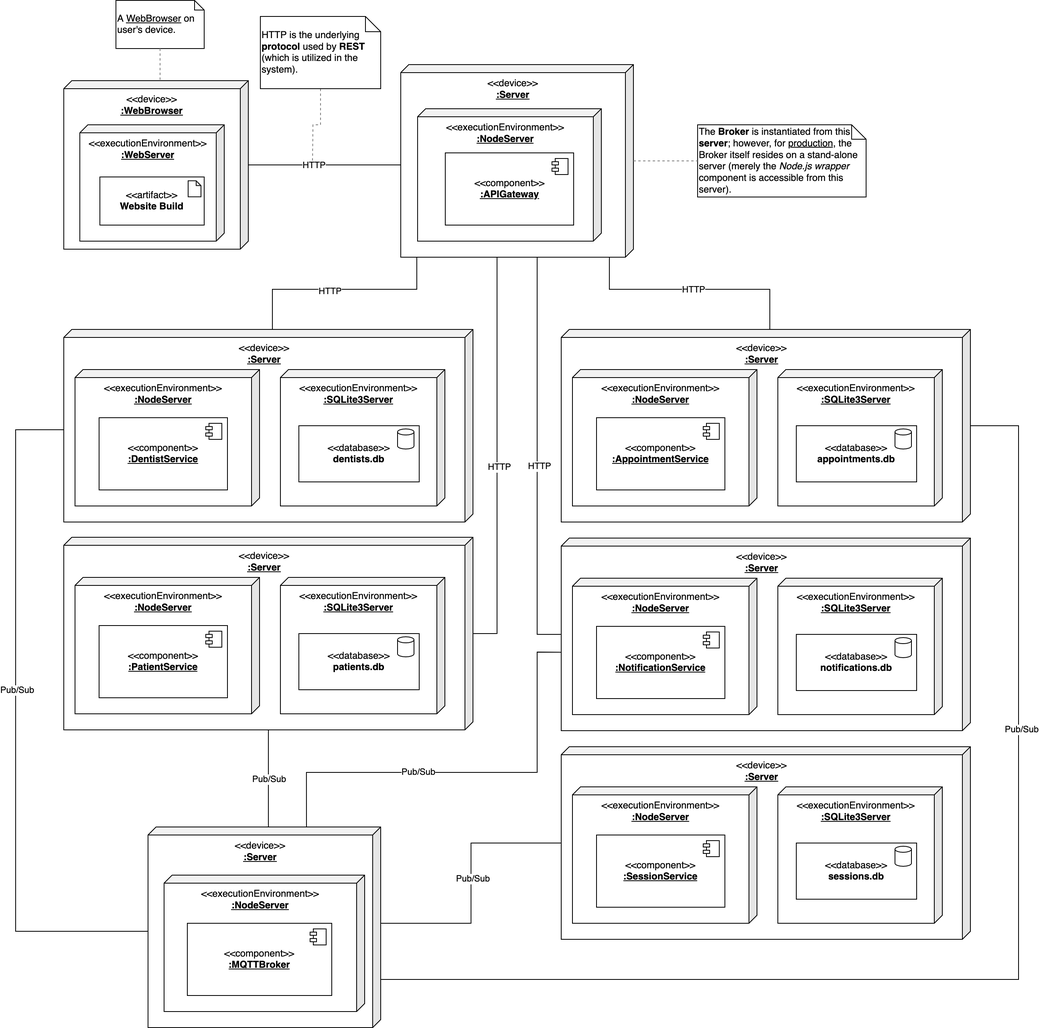
The draw.io diagram docs/assets/DeploymentDiagram.png in michalspano/AppointDent, before a commit. Source tidied: cells renumbered, new cells last; positions are measured from the earlier drawing's top-left corner, leaving out a move shared by most shapes.
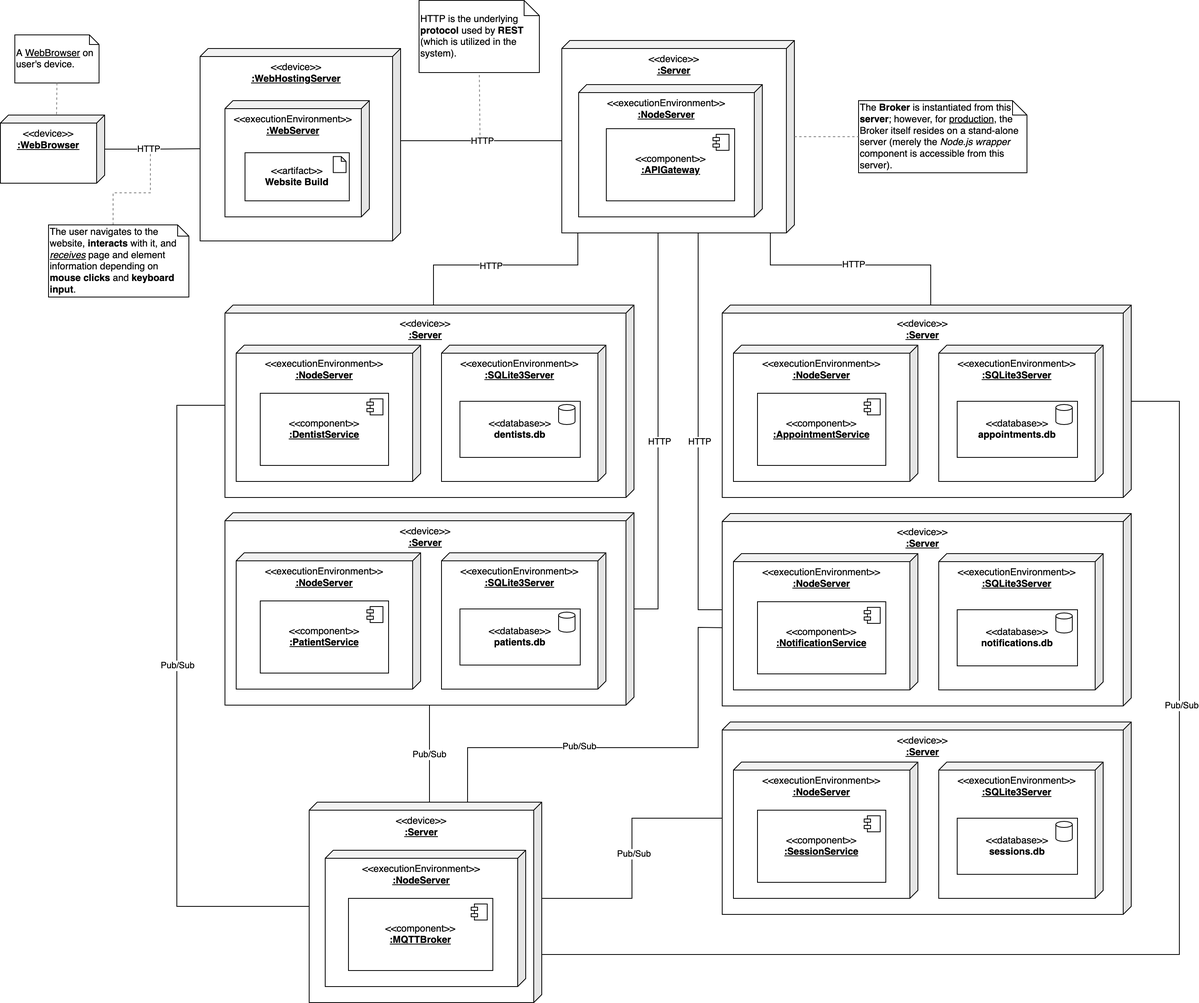
The same diagram one commit later.

Commit message:
#40 Update DeploymentDiagram (WebServer)

Diff of the diagram source:
```diff
@@ -37,23 +37,11 @@
       </mxGeometry>
     </mxCell>
     <mxCell id="12" style="group;fontFamily=Helvetica;" parent="1" vertex="1">
-      <mxGeometry x="60" y="100" width="230" height="210" as="geometry" />
+      <mxGeometry x="-220" y="173" width="130" height="85" as="geometry" />
     </mxCell>
     <mxCell id="13" value="&lt;div&gt;&amp;lt;&amp;lt;device&amp;gt;&amp;gt;&lt;/div&gt;&lt;div&gt;&lt;b&gt;&lt;u&gt;:WebBrowser&lt;/u&gt;&lt;/b&gt;&lt;br&gt;&lt;/div&gt;" style="shape=cube;whiteSpace=wrap;html=1;boundedLbl=1;backgroundOutline=1;darkOpacity=0.05;darkOpacity2=0.1;size=10;direction=east;rotation=0;flipV=0;flipH=1;verticalAlign=top;fontFamily=Helvetica;" parent="12" vertex="1">
-      <mxGeometry width="230" height="210" as="geometry" />
+      <mxGeometry width="130" height="85" as="geometry" />
     </mxCell>
-    <mxCell id="14" value="&lt;div&gt;&amp;lt;&amp;lt;executionEnvironment&amp;gt;&amp;gt;&lt;/div&gt;&lt;div&gt;&lt;b&gt;&lt;u&gt;:WebServer&lt;/u&gt;&lt;/b&gt;&lt;br&gt;&lt;/div&gt;" style="shape=cube;whiteSpace=wrap;html=1;boundedLbl=1;backgroundOutline=1;darkOpacity=0.05;darkOpacity2=0.1;size=10;direction=east;rotation=0;flipV=0;flipH=1;verticalAlign=top;fontFamily=Helvetica;" parent="12" vertex="1">
-      <mxGeometry x="20" y="55" width="180" height="145" as="geometry" />
-    </mxCell>
-    <mxCell id="15" style="group;fontFamily=Helvetica;" parent="12" vertex="1">
-      <mxGeometry x="45" y="120" width="130" height="60" as="geometry" />
-    </mxCell>
-    <mxCell id="16" value="&amp;lt;&amp;lt;artifact&amp;gt;&amp;gt;&lt;br&gt;&lt;b&gt;Website Build&lt;/b&gt;&lt;br&gt;&lt;b&gt;&lt;/b&gt;" style="html=1;align=center;verticalAlign=middle;dashed=0;whiteSpace=wrap;fontFamily=Helvetica;" parent="15" vertex="1">
-      <mxGeometry width="130" height="60" as="geometry" />
-    </mxCell>
-    <mxCell id="17" style="shape=note;whiteSpace=wrap;html=1;backgroundOutline=1;darkOpacity=0.05;size=6;fontFamily=Helvetica;" parent="15" vertex="1">
-      <mxGeometry x="110" y="4.8" width="16" height="20" as="geometry" />
-    </mxCell>
     <mxCell id="18" value="The &lt;b&gt;Broker&lt;/b&gt; is instantiated from this &lt;b&gt;server&lt;/b&gt;; however, for &lt;u&gt;production&lt;/u&gt;, the Broker itself resides on a stand-alone server (merely the &lt;i&gt;Node.js wrapper&lt;/i&gt; component is accessible from this server)." style="shape=note2;boundedLbl=1;whiteSpace=wrap;html=1;size=18;verticalAlign=middle;align=left;fontFamily=Helvetica;" parent="1" vertex="1">
       <mxGeometry x="850" y="155" width="210" height="90" as="geometry" />
     </mxCell>
@@ -202,12 +190,12 @@
     <mxCell id="63" style="shape=cylinder3;whiteSpace=wrap;html=1;boundedLbl=1;backgroundOutline=1;size=3.7777777777778283;fontFamily=Helvetica;" parent="61" vertex="1">
       <mxGeometry x="123" y="4" width="20.5" height="25" as="geometry" />
     </mxCell>
-    <mxCell id="64" style="edgeStyle=orthogonalEdgeStyle;rounded=0;jettySize=auto;html=1;entryX=0;entryY=0;entryDx=290;entryDy=125;entryPerimeter=0;endArrow=none;endFill=0;fontFamily=Helvetica;" parent="1" edge="1" source="13" target="8">
+    <mxCell id="64" style="edgeStyle=orthogonalEdgeStyle;rounded=0;jettySize=auto;html=1;entryX=0;entryY=0;entryDx=290;entryDy=125;entryPerimeter=0;endArrow=none;endFill=0;fontFamily=Helvetica;exitX=0;exitY=0;exitDx=0;exitDy=115;exitPerimeter=0;" parent="1" edge="1" source="92" target="8">
       <mxGeometry relative="1" as="geometry" />
     </mxCell>
     <mxCell id="65" value="HTTP" style="edgeLabel;html=1;align=center;verticalAlign=middle;fontFamily=Helvetica;" parent="64" vertex="1">
       <mxGeometry x="-0.14" y="3" relative="1" as="geometry">
-        <mxPoint y="3" as="offset" />
+        <mxPoint x="16" y="4" as="offset" />
       </mxGeometry>
     </mxCell>
     <mxCell id="66" style="edgeStyle=orthogonalEdgeStyle;rounded=0;jettySize=auto;html=1;entryX=0;entryY=0;entryDx=10;entryDy=240;entryPerimeter=0;endArrow=none;endFill=0;fontFamily=Helvetica;" parent="1" edge="1" source="47" target="8">
@@ -319,19 +307,72 @@
     <mxCell id="84" style="edgeStyle=orthogonalEdgeStyle;rounded=0;jettySize=auto;html=1;entryX=0;entryY=0.5;entryDx=0;entryDy=0;entryPerimeter=0;endArrow=none;endFill=0;dashed=1;strokeColor=#808080;fontFamily=Helvetica;" parent="1" edge="1" source="8" target="18">
       <mxGeometry relative="1" as="geometry" />
     </mxCell>
-    <mxCell id="85" style="edgeStyle=orthogonalEdgeStyle;rounded=0;jettySize=auto;html=1;endArrow=none;endFill=0;dashed=1;strokeColor=#808080;" parent="1" edge="1" source="86">
+    <mxCell id="85" style="edgeStyle=orthogonalEdgeStyle;rounded=0;orthogonalLoop=1;jettySize=auto;html=1;endArrow=none;endFill=0;dashed=1;strokeColor=#808080;exitX=0.5;exitY=1;exitDx=0;exitDy=0;exitPerimeter=0;" parent="1" edge="1">
       <mxGeometry relative="1" as="geometry">
-        <mxPoint x="370" y="200" as="targetPoint" />
+        <mxPoint x="377" y="105" as="sourcePoint" />
+        <mxPoint x="378" y="200" as="targetPoint" />
+        <Array as="points">
+          <mxPoint x="377" y="111" />
+          <mxPoint x="378" y="111" />
+        </Array>
       </mxGeometry>
     </mxCell>
     <mxCell id="86" value="HTTP is the underlying &lt;b&gt;protocol &lt;/b&gt;used by &lt;b&gt;REST&lt;/b&gt; (which is utilized in the system)." style="shape=note2;boundedLbl=1;whiteSpace=wrap;html=1;size=19;verticalAlign=middle;align=left;fontFamily=Helvetica;" parent="1" vertex="1">
-      <mxGeometry x="305" y="20" width="150" height="90" as="geometry" />
+      <mxGeometry x="302" y="30" width="150" height="90" as="geometry" />
     </mxCell>
     <mxCell id="87" value="A &lt;u&gt;WebBrowser&lt;/u&gt; on user's device." style="shape=note2;boundedLbl=1;whiteSpace=wrap;html=1;size=12;verticalAlign=middle;align=left;fontFamily=Helvetica;" parent="1" vertex="1">
-      <mxGeometry x="125" width="110" height="60" as="geometry" />
+      <mxGeometry x="-202" y="73" width="105" height="60" as="geometry" />
     </mxCell>
-    <mxCell id="88" style="rounded=0;jettySize=auto;html=1;entryX=0;entryY=0;entryDx=110;entryDy=0;entryPerimeter=0;dashed=1;strokeColor=#808080;endArrow=none;endFill=0;" parent="1" edge="1" source="87" target="13">
+    <mxCell id="88" style="rounded=0;jettySize=auto;html=1;entryX=0;entryY=0;entryDx=60;entryDy=0;entryPerimeter=0;dashed=1;strokeColor=#808080;endArrow=none;endFill=0;exitX=0.5;exitY=1;exitDx=0;exitDy=0;exitPerimeter=0;" parent="1" edge="1" source="87" target="13">
       <mxGeometry relative="1" as="geometry" />
     </mxCell>
+    <mxCell id="89" style="group;" parent="1" vertex="1">
+      <mxGeometry x="29" y="90" width="250" height="240" as="geometry" />
+    </mxCell>
+    <mxCell id="90" style="group;" parent="89" vertex="1">
+      <mxGeometry width="250" height="240" as="geometry" />
+    </mxCell>
+    <mxCell id="91" style="group;" parent="90" vertex="1">
+      <mxGeometry width="250" height="240" as="geometry" />
+    </mxCell>
+    <mxCell id="92" value="&lt;div&gt;&amp;lt;&amp;lt;device&amp;gt;&amp;gt;&lt;/div&gt;&lt;div&gt;&lt;b&gt;&lt;u&gt;:WebHostingServer&lt;/u&gt;&lt;/b&gt;&lt;br&gt;&lt;/div&gt;" style="shape=cube;whiteSpace=wrap;html=1;boundedLbl=1;backgroundOutline=1;darkOpacity=0.05;darkOpacity2=0.1;size=10;direction=east;rotation=0;flipV=0;flipH=1;verticalAlign=top;fontFamily=Helvetica;" parent="91" vertex="1">
+      <mxGeometry width="250" height="240" as="geometry" />
+    </mxCell>
+    <mxCell id="93" style="group;" parent="91" vertex="1">
+      <mxGeometry x="31" y="65" width="180" height="145" as="geometry" />
+    </mxCell>
+    <mxCell id="14" value="&lt;div&gt;&amp;lt;&amp;lt;executionEnvironment&amp;gt;&amp;gt;&lt;/div&gt;&lt;div&gt;&lt;b&gt;&lt;u&gt;:WebServer&lt;/u&gt;&lt;/b&gt;&lt;br&gt;&lt;/div&gt;" style="shape=cube;whiteSpace=wrap;html=1;boundedLbl=1;backgroundOutline=1;darkOpacity=0.05;darkOpacity2=0.1;size=10;direction=east;rotation=0;flipV=0;flipH=1;verticalAlign=top;fontFamily=Helvetica;" parent="93" vertex="1">
+      <mxGeometry width="180" height="145" as="geometry" />
+    </mxCell>
+    <mxCell id="15" style="group;fontFamily=Helvetica;" parent="93" vertex="1">
+      <mxGeometry x="25" y="65" width="130" height="60" as="geometry" />
+    </mxCell>
+    <mxCell id="16" value="&amp;lt;&amp;lt;artifact&amp;gt;&amp;gt;&lt;br&gt;&lt;b&gt;Website Build&lt;/b&gt;&lt;br&gt;&lt;b&gt;&lt;/b&gt;" style="html=1;align=center;verticalAlign=middle;dashed=0;whiteSpace=wrap;fontFamily=Helvetica;" parent="15" vertex="1">
+      <mxGeometry width="130" height="60" as="geometry" />
+    </mxCell>
+    <mxCell id="17" style="shape=note;whiteSpace=wrap;html=1;backgroundOutline=1;darkOpacity=0.05;size=6;fontFamily=Helvetica;" parent="15" vertex="1">
+      <mxGeometry x="110" y="4.8" width="16" height="20" as="geometry" />
+    </mxCell>
+    <mxCell id="94" style="edgeStyle=orthogonalEdgeStyle;rounded=0;jettySize=auto;html=1;entryX=0;entryY=0;entryDx=250;entryDy=125;entryPerimeter=0;startArrow=none;startFill=0;strokeColor=#000000;endArrow=none;endFill=0;" parent="1" edge="1" source="13" target="92">
+      <mxGeometry relative="1" as="geometry" />
+    </mxCell>
+    <mxCell id="95" value="HTTP" style="edgeLabel;html=1;align=center;verticalAlign=middle;" parent="94" vertex="1">
+      <mxGeometry x="-0.25" relative="1" as="geometry">
+        <mxPoint x="10" as="offset" />
+      </mxGeometry>
+    </mxCell>
+    <mxCell id="96" style="edgeStyle=orthogonalEdgeStyle;rounded=0;jettySize=auto;html=1;endArrow=none;endFill=0;dashed=1;strokeColor=#808080;exitX=0;exitY=0;exitDx=80.5;exitDy=0;exitPerimeter=0;" parent="1" edge="1" source="97">
+      <mxGeometry relative="1" as="geometry">
+        <mxPoint x="-34" y="220" as="targetPoint" />
+        <Array as="points">
+          <mxPoint x="-80" y="270" />
+          <mxPoint x="-33" y="270" />
+          <mxPoint x="-33" y="220" />
+        </Array>
+      </mxGeometry>
+    </mxCell>
+    <mxCell id="97" value="The user navigates to the website, &lt;b&gt;interacts&lt;/b&gt; with it, and &lt;i&gt;&lt;u&gt;receives&lt;/u&gt;&lt;/i&gt; page and element information depending on &lt;b&gt;mouse clicks&lt;/b&gt; and &lt;b&gt;keyboard input&lt;/b&gt;." style="shape=note2;boundedLbl=1;whiteSpace=wrap;html=1;size=14;verticalAlign=middle;align=left;fontFamily=Helvetica;" parent="1" vertex="1">
+      <mxGeometry x="-160" y="310" width="175" height="90" as="geometry" />
+    </mxCell>
   </root>
 </mxGraphModel>
```
